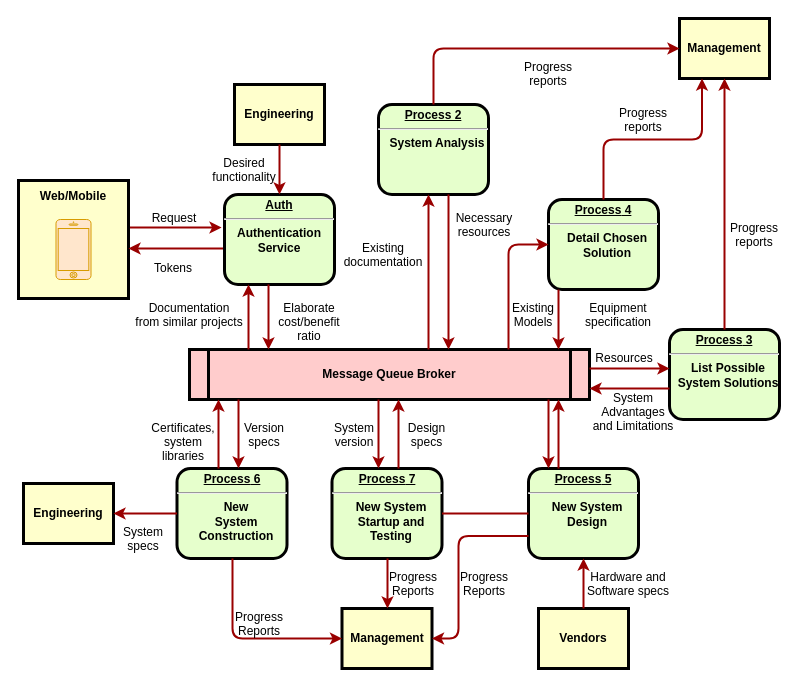
Before: forumsCalvin/Untitled Diagram.drawio in ChihHaoChen/diagrams, a draw.io diagram. Source tidied: cells renumbered, new cells numbered last; positions are measured from the earlier drawing's top-left corner, leaving out a move shared by most shapes. Both pictures are drawn from the tidied source at 100%, with x=0, y=0 at pixel (18, 18).
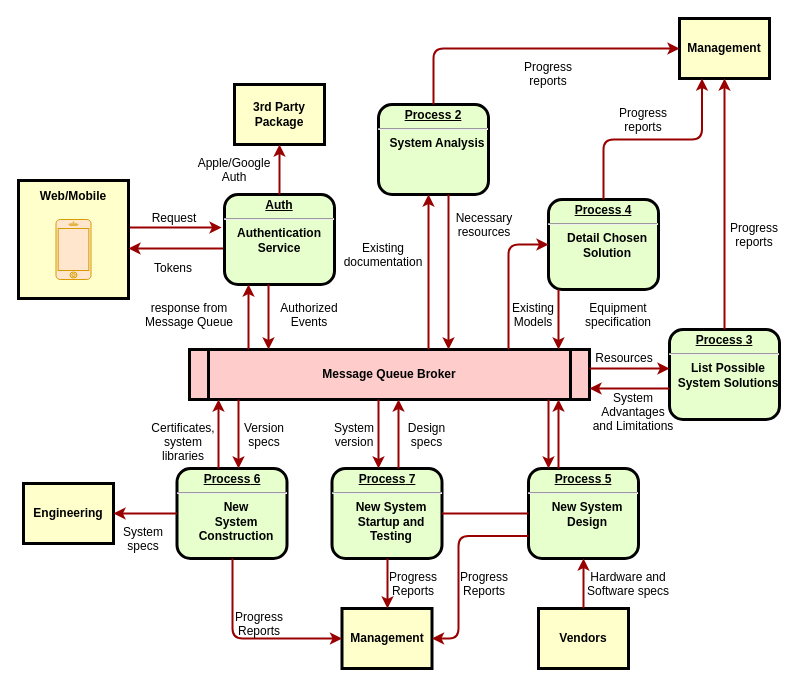
The same diagram, later.

Commit message:
Auth Service done.

The change refers to these unchanged cells:
```xml
<mxCell id="5" value="&lt;p style=&quot;margin: 0px ; margin-top: 4px ; text-align: center ; text-decoration: underline&quot;&gt;&lt;strong&gt;Auth&lt;br&gt;&lt;/strong&gt;&lt;/p&gt;&lt;hr&gt;&lt;div&gt;Authentication&lt;/div&gt;&lt;div&gt;Service&lt;br&gt;&lt;/div&gt;" style="verticalAlign=middle;align=center;overflow=fill;fontSize=12;fontFamily=Helvetica;html=1;rounded=1;fontStyle=1;strokeWidth=3;fillColor=#E6FFCC;" parent="1" vertex="1">
  <mxGeometry x="206" y="176" width="110" height="90" as="geometry" />
</mxCell>
```

The edit, as a diff of the source:
```diff
@@
-    <mxCell id="6" value="Engineering" style="whiteSpace=wrap;align=center;verticalAlign=middle;fontStyle=1;strokeWidth=3;fillColor=#FFFFCC;" parent="1" vertex="1">
+    <mxCell id="6" value="3rd Party Package" style="whiteSpace=wrap;align=center;verticalAlign=middle;fontStyle=1;strokeWidth=3;fillColor=#FFFFCC;" parent="1" vertex="1">
       <mxGeometry x="216" y="66" width="90" height="60" as="geometry" />
     </mxCell>
@@
-    <mxCell id="17" style="edgeStyle=none;noEdgeStyle=1;strokeColor=#990000;strokeWidth=2;" parent="1" edge="1" source="6" target="5">
+    <mxCell id="17" style="edgeStyle=none;noEdgeStyle=1;strokeColor=#990000;strokeWidth=2;" parent="1" edge="1" source="5" target="6">
       <mxGeometry relative="1" as="geometry" />
     </mxCell>
@@
-    <mxCell id="20" value="Desired &#10;functionality" style="text;spacingTop=-5;align=center;" parent="1" vertex="1">
-      <mxGeometry x="211" y="136" width="30" height="20" as="geometry" />
+    <mxCell id="20" value="Apple/Google &#10;Auth" style="text;spacingTop=-5;align=center;" parent="1" vertex="1">
+      <mxGeometry x="201" y="136" width="30" height="20" as="geometry" />
     </mxCell>
-    <mxCell id="21" value="Documentation&#10;from similar projects" style="text;spacingTop=-5;align=center;" parent="1" vertex="1">
+    <mxCell id="21" value="response from&#10;Message Queue&#10;" style="text;spacingTop=-5;align=center;" parent="1" vertex="1">
       <mxGeometry x="156" y="281" width="30" height="20" as="geometry" />
     </mxCell>
@@
-    <mxCell id="24" value="Elaborate&#10;cost/benefit&#10;ratio" style="text;spacingTop=-5;align=center;" parent="1" vertex="1">
+    <mxCell id="24" value="Authorized&#10;Events" style="text;spacingTop=-5;align=center;" parent="1" vertex="1">
       <mxGeometry x="276" y="281" width="30" height="20" as="geometry" />
     </mxCell>
```
